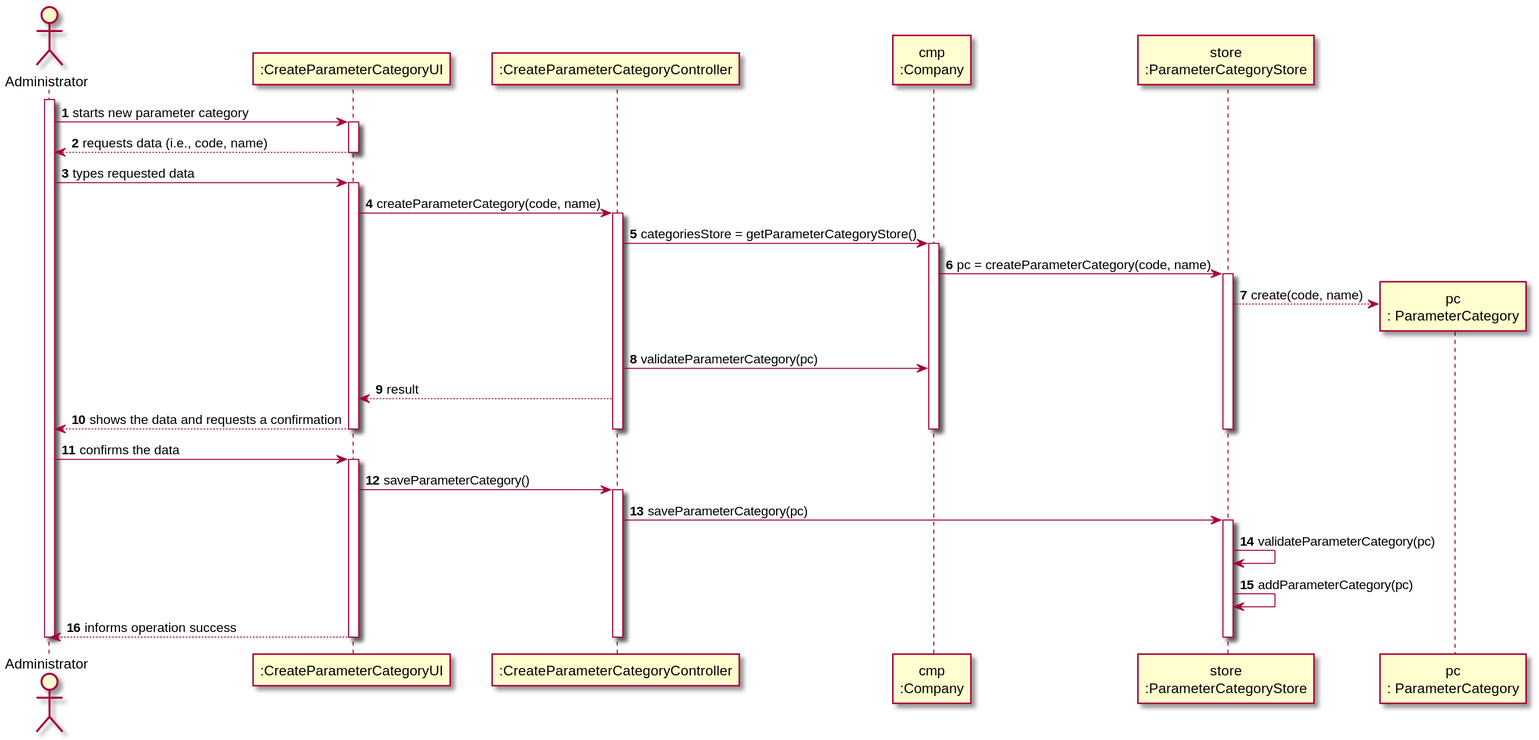
The PlantUML diagram docs/SprintB/US_11/US011_SD.svg in ana-albergaria/LAPR2-ISEP, before a commit.
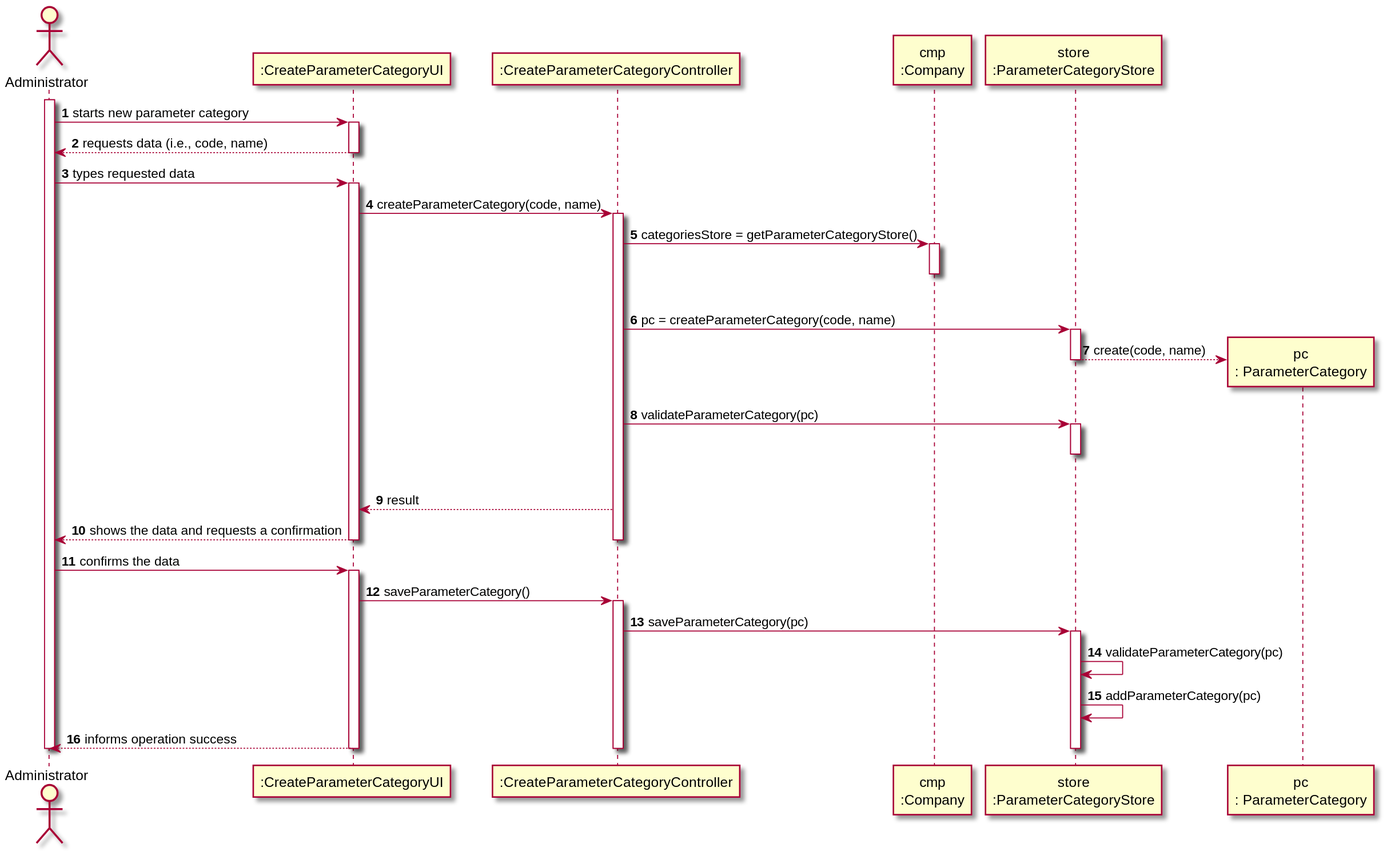
After the commit.

Commit message:
Updated US10 and US11 CD and SD for future Code changes.

What changed in the source:
```diff
@@ -22,13 +22,18 @@
 
 CTRL -> CMP : categoriesStore = getParameterCategoryStore()
 activate CMP
+|||
+deactivate CMP
 
-CMP -> STORE : pc = createParameterCategory(code, name)
+CTRL -> STORE : pc = createParameterCategory(code, name)
 activate STORE
 STORE --> PC** : create(code, name)
+deactivate STORE
 
-CTRL -> CMP : validateParameterCategory(pc)
-
+CTRL -> STORE : validateParameterCategory(pc)
+activate STORE
+|||
+deactivate STORE
 CTRL --> UI: result
 
 UI --> ADM : shows the data and requests a confirmation
```
